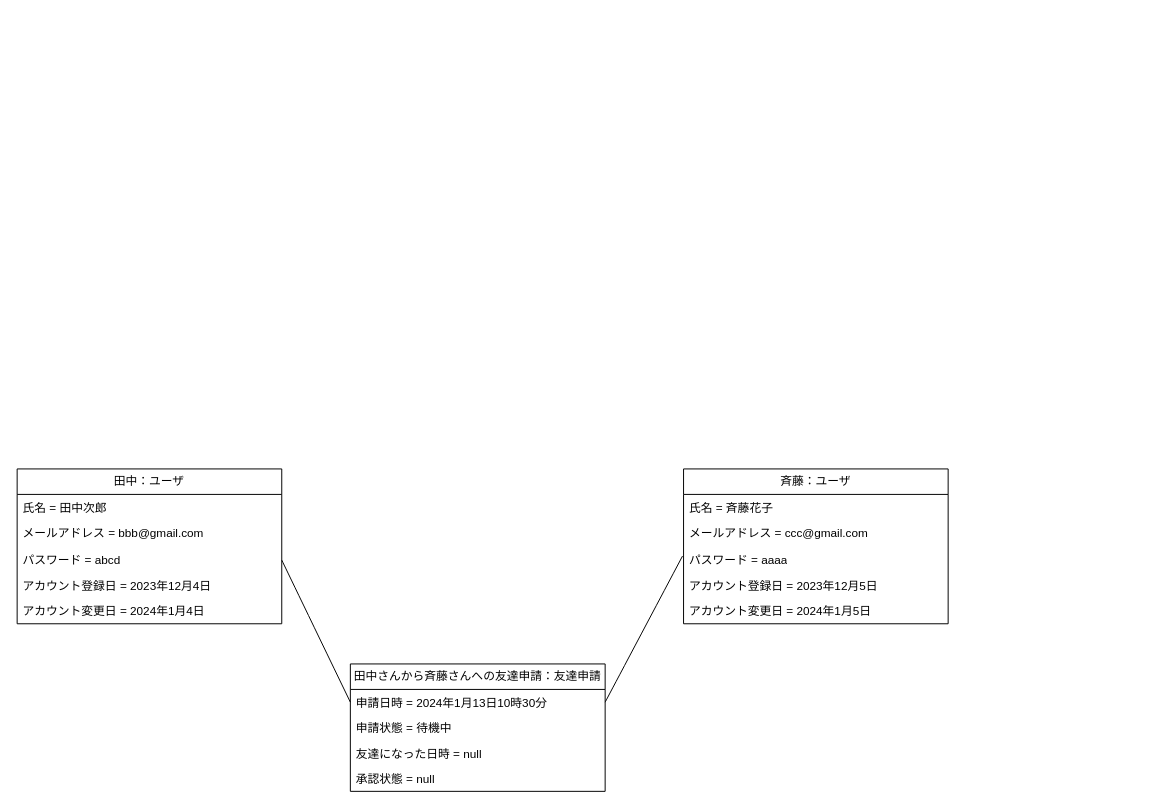
Above: 概念モデル/07_友達の申請をする/友達の申請をする.drawio in tawainfer/scorpio (draw.io), before the change. Source tidied: cells renumbered, new cells numbered last; positions are measured from the earlier drawing's top-left corner, leaving out a move shared by most shapes. Both pictures are drawn from the tidied source at 98%, with x=0, y=0 at pixel (17, 468).
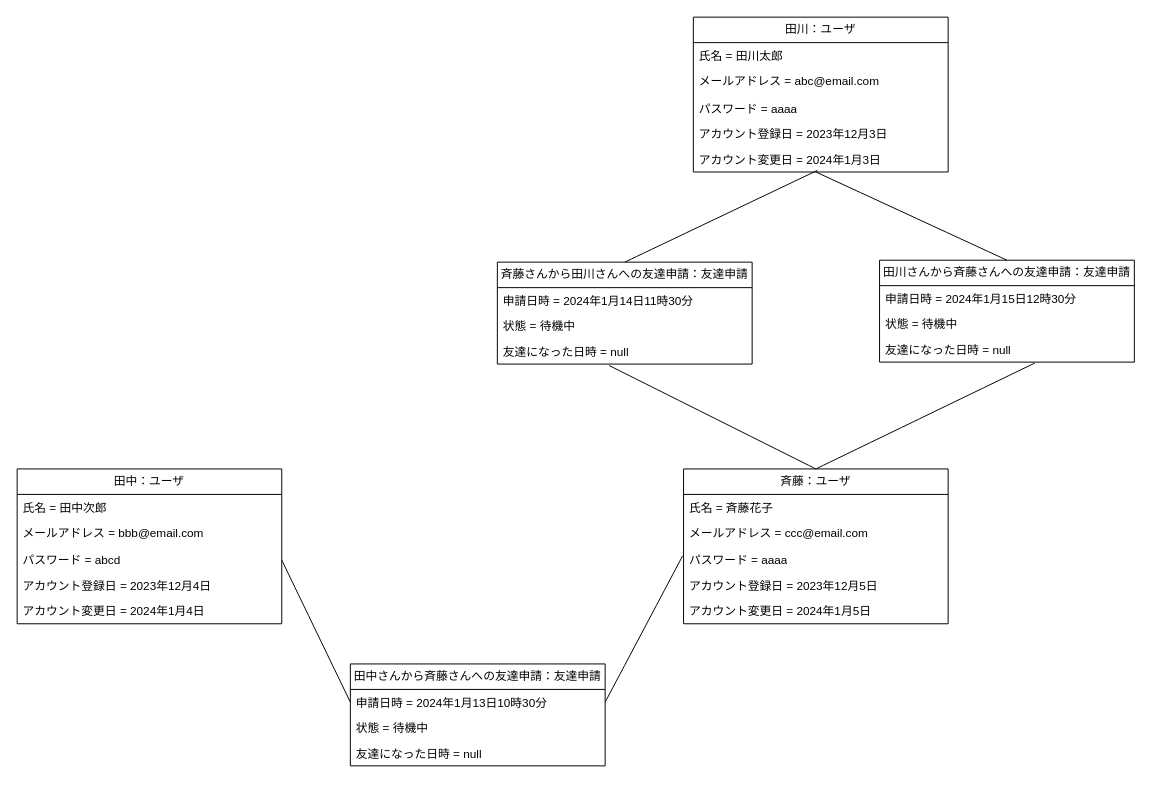
The same page after the edit.

Unchanged cells that the change refers to:
```xml
<mxCell id="7" value="田中：ユーザ" style="swimlane;fontStyle=0;horizontal=1;startSize=26;fillColor=none;whiteSpace=wrap;html=1;" parent="1" vertex="1">
  <mxGeometry width="270" height="158" as="geometry" />
</mxCell>
<mxCell id="13" value="斉藤：ユーザ" style="swimlane;fontStyle=0;horizontal=1;startSize=26;fillColor=none;whiteSpace=wrap;html=1;" parent="1" vertex="1">
  <mxGeometry x="680" width="270" height="158" as="geometry" />
</mxCell>
```

The edit, as a diff of the source:
```diff
@@
     <mxCell id="2" value="田中さんから斉藤さんへの友達申請：友達申請" style="swimlane;fontStyle=0;horizontal=1;startSize=26;fillColor=none;whiteSpace=wrap;html=1;" parent="1" vertex="1">
-      <mxGeometry x="340" y="199" width="260" height="130" as="geometry" />
+      <mxGeometry x="340" y="199" width="260" height="104" as="geometry" />
     </mxCell>
@@
-    <mxCell id="4" value="申請状態 = 待機中" style="text;strokeColor=none;fillColor=none;align=left;verticalAlign=top;spacingLeft=4;spacingRight=4;overflow=hidden;whiteSpace=wrap;html=1;" parent="2" vertex="1">
+    <mxCell id="4" value="状態 = 待機中" style="text;strokeColor=none;fillColor=none;align=left;verticalAlign=top;spacingLeft=4;spacingRight=4;overflow=hidden;whiteSpace=wrap;html=1;" parent="2" vertex="1">
       <mxGeometry y="52" width="260" height="26" as="geometry" />
     </mxCell>
@@
-    <mxCell id="6" value="承認状態 = null" style="text;strokeColor=none;fillColor=none;align=left;verticalAlign=top;spacingLeft=4;spacingRight=4;overflow=hidden;whiteSpace=wrap;html=1;" parent="2" vertex="1">
-      <mxGeometry y="104" width="260" height="26" as="geometry" />
-    </mxCell>
@@
-    <mxCell id="9" value="メールアドレス = bbb@gmail.com" style="text;strokeColor=none;fillColor=none;align=left;verticalAlign=top;spacingLeft=4;spacingRight=4;overflow=hidden;whiteSpace=wrap;html=1;" parent="7" vertex="1">
+    <mxCell id="9" value="メールアドレス = bbb@email.com" style="text;strokeColor=none;fillColor=none;align=left;verticalAlign=top;spacingLeft=4;spacingRight=4;overflow=hidden;whiteSpace=wrap;html=1;" parent="7" vertex="1">
       <mxGeometry y="52" width="270" height="28" as="geometry" />
     </mxCell>
@@
-    <mxCell id="15" value="メールアドレス = ccc@gmail.com" style="text;strokeColor=none;fillColor=none;align=left;verticalAlign=top;spacingLeft=4;spacingRight=4;overflow=hidden;whiteSpace=wrap;html=1;" parent="13" vertex="1">
+    <mxCell id="15" value="メールアドレス = ccc@email.com" style="text;strokeColor=none;fillColor=none;align=left;verticalAlign=top;spacingLeft=4;spacingRight=4;overflow=hidden;whiteSpace=wrap;html=1;" parent="13" vertex="1">
       <mxGeometry y="52" width="270" height="28" as="geometry" />
     </mxCell>
@@
+    <mxCell id="21" value="田川：ユーザ" style="swimlane;fontStyle=0;horizontal=1;startSize=26;fillColor=none;whiteSpace=wrap;html=1;" parent="1" vertex="1">
+      <mxGeometry x="690" y="-461" width="260" height="158" as="geometry" />
+    </mxCell>
+    <mxCell id="22" value="氏名 = 田川太郎" style="text;strokeColor=none;fillColor=none;align=left;verticalAlign=top;spacingLeft=4;spacingRight=4;overflow=hidden;whiteSpace=wrap;html=1;" parent="21" vertex="1">
+      <mxGeometry y="26" width="260" height="26" as="geometry" />
+    </mxCell>
+    <mxCell id="23" value="メールアドレス = abc@email.com" style="text;strokeColor=none;fillColor=none;align=left;verticalAlign=top;spacingLeft=4;spacingRight=4;overflow=hidden;whiteSpace=wrap;html=1;" parent="21" vertex="1">
+      <mxGeometry y="52" width="260" height="28" as="geometry" />
+    </mxCell>
+    <mxCell id="24" value="パスワード = aaaa" style="text;strokeColor=none;fillColor=none;align=left;verticalAlign=top;spacingLeft=4;spacingRight=4;overflow=hidden;whiteSpace=wrap;html=1;" parent="21" vertex="1">
+      <mxGeometry y="80" width="260" height="26" as="geometry" />
+    </mxCell>
+    <mxCell id="25" value="アカウント登録日 = 2023年12月3日" style="text;strokeColor=none;fillColor=none;align=left;verticalAlign=top;spacingLeft=4;spacingRight=4;overflow=hidden;whiteSpace=wrap;html=1;" parent="21" vertex="1">
+      <mxGeometry y="106" width="260" height="26" as="geometry" />
+    </mxCell>
+    <mxCell id="26" value="アカウント変更日 = 2024年1月3日" style="text;strokeColor=none;fillColor=none;align=left;verticalAlign=top;spacingLeft=4;spacingRight=4;overflow=hidden;points=[[0,0.5],[1,0.5]];portConstraint=eastwest;whiteSpace=wrap;html=1;" parent="21" vertex="1">
+      <mxGeometry y="132" width="260" height="26" as="geometry" />
+    </mxCell>
+    <mxCell id="27" value="田川さんから斉藤さんへの友達申請：友達申請" style="swimlane;fontStyle=0;horizontal=1;startSize=26;fillColor=none;whiteSpace=wrap;html=1;" parent="1" vertex="1">
+      <mxGeometry x="880" y="-213" width="260" height="104" as="geometry" />
+    </mxCell>
+    <mxCell id="28" value="申請日時 =&amp;nbsp;2024年1月15日12時30分" style="text;strokeColor=none;fillColor=none;align=left;verticalAlign=top;spacingLeft=4;spacingRight=4;overflow=hidden;whiteSpace=wrap;html=1;" parent="27" vertex="1">
+      <mxGeometry y="26" width="260" height="26" as="geometry" />
+    </mxCell>
+    <mxCell id="29" value="状態 = 待機中" style="text;strokeColor=none;fillColor=none;align=left;verticalAlign=top;spacingLeft=4;spacingRight=4;overflow=hidden;whiteSpace=wrap;html=1;" parent="27" vertex="1">
+      <mxGeometry y="52" width="260" height="26" as="geometry" />
+    </mxCell>
+    <mxCell id="30" value="友達になった日時 = null" style="text;strokeColor=none;fillColor=none;align=left;verticalAlign=top;spacingLeft=4;spacingRight=4;overflow=hidden;points=[[0,0.5],[1,0.5]];portConstraint=eastwest;whiteSpace=wrap;html=1;" parent="27" vertex="1">
+      <mxGeometry y="78" width="260" height="26" as="geometry" />
+    </mxCell>
+    <mxCell id="31" value="斉藤さんから田川さんへの友達申請：友達申請" style="swimlane;fontStyle=0;horizontal=1;startSize=26;fillColor=none;whiteSpace=wrap;html=1;" parent="1" vertex="1">
+      <mxGeometry x="490" y="-211" width="260" height="104" as="geometry" />
+    </mxCell>
+    <mxCell id="32" value="申請日時 =&amp;nbsp;2024年1月14日11時30分" style="text;strokeColor=none;fillColor=none;align=left;verticalAlign=top;spacingLeft=4;spacingRight=4;overflow=hidden;whiteSpace=wrap;html=1;" parent="31" vertex="1">
+      <mxGeometry y="26" width="260" height="26" as="geometry" />
+    </mxCell>
+    <mxCell id="33" value="状態 = 待機中" style="text;strokeColor=none;fillColor=none;align=left;verticalAlign=top;spacingLeft=4;spacingRight=4;overflow=hidden;whiteSpace=wrap;html=1;" parent="31" vertex="1">
+      <mxGeometry y="52" width="260" height="26" as="geometry" />
+    </mxCell>
+    <mxCell id="34" value="友達になった日時 = null" style="text;strokeColor=none;fillColor=none;align=left;verticalAlign=top;spacingLeft=4;spacingRight=4;overflow=hidden;points=[[0,0.5],[1,0.5]];portConstraint=eastwest;whiteSpace=wrap;html=1;" parent="31" vertex="1">
+      <mxGeometry y="78" width="260" height="26" as="geometry" />
+    </mxCell>
+    <mxCell id="35" style="edgeStyle=none;curved=1;rounded=0;jettySize=auto;html=1;exitX=0.5;exitY=0;exitDx=0;exitDy=0;entryX=0.439;entryY=1.058;entryDx=0;entryDy=0;entryPerimeter=0;fontSize=12;startSize=8;endSize=8;endArrow=none;endFill=0;" parent="1" edge="1" source="13" target="34">
+      <mxGeometry relative="1" as="geometry" />
+    </mxCell>
+    <mxCell id="36" style="edgeStyle=none;curved=1;rounded=0;jettySize=auto;html=1;exitX=0.5;exitY=0;exitDx=0;exitDy=0;entryX=0.487;entryY=0.936;entryDx=0;entryDy=0;entryPerimeter=0;fontSize=12;startSize=8;endSize=8;endArrow=none;endFill=0;" parent="1" edge="1" source="31" target="26">
+      <mxGeometry relative="1" as="geometry" />
+    </mxCell>
+    <mxCell id="37" style="edgeStyle=none;curved=1;rounded=0;jettySize=auto;html=1;exitX=0.5;exitY=0;exitDx=0;exitDy=0;entryX=0.481;entryY=1;entryDx=0;entryDy=0;entryPerimeter=0;fontSize=12;startSize=8;endSize=8;endArrow=none;endFill=0;" parent="1" edge="1" source="27" target="26">
+      <mxGeometry relative="1" as="geometry" />
+    </mxCell>
+    <mxCell id="38" style="edgeStyle=none;curved=1;rounded=0;jettySize=auto;html=1;exitX=0.5;exitY=0;exitDx=0;exitDy=0;entryX=0.609;entryY=1.038;entryDx=0;entryDy=0;entryPerimeter=0;fontSize=12;startSize=8;endSize=8;endArrow=none;endFill=0;" parent="1" edge="1" source="13" target="30">
+      <mxGeometry relative="1" as="geometry" />
+    </mxCell>
```
